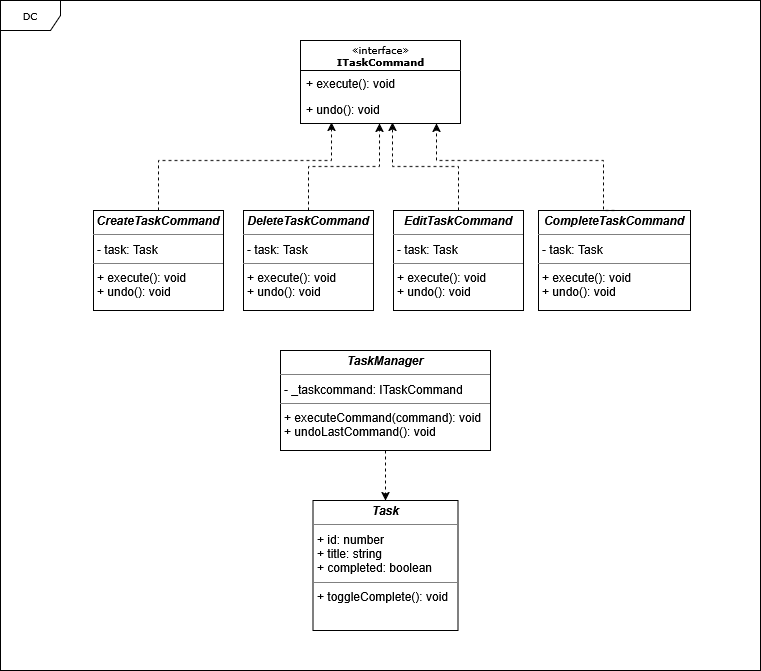
The draw.io diagram Patrones_Diseno/src/04.Problema_04/Diagrama_clases/Class_diagram_problem_04.drawio.png in CamiloN03/Patrones_Diseno_TypeScript_U_Sabana, before a commit. Source tidied: cells renumbered, new cells last; positions are measured from the earlier drawing's top-left corner, leaving out a move shared by most shapes.
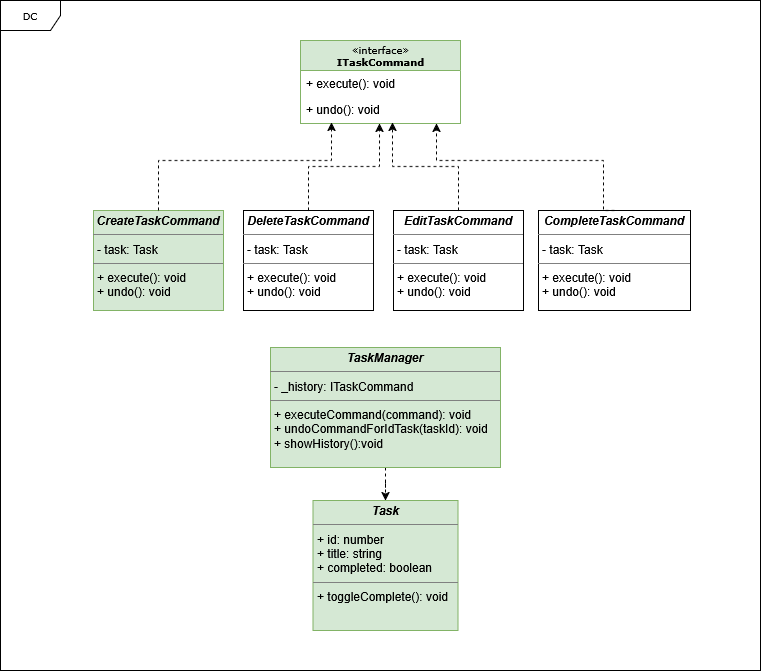
The same file after the commit.

Change to the diagram source:
```diff
@@ -8,7 +8,7 @@
     <mxCell id="3" value="DC" style="shape=umlFrame;whiteSpace=wrap;html=1;rounded=0;shadow=0;comic=0;labelBackgroundColor=none;strokeWidth=1;fontFamily=Verdana;fontSize=10;align=center;width=60;height=30;" parent="2" vertex="1">
       <mxGeometry width="760" height="670" as="geometry" />
     </mxCell>
-    <mxCell id="4" value="&lt;div&gt;«interface»&lt;/div&gt;&lt;div&gt;&lt;b&gt;ITaskCommand&lt;/b&gt;&lt;/div&gt;" style="swimlane;html=1;fontStyle=0;horizontal=1;startSize=30;fillColor=none;swimlaneFillColor=#ffffff;rounded=0;shadow=0;comic=0;labelBackgroundColor=none;strokeWidth=1;fontFamily=Verdana;fontSize=10;align=center;" parent="2" vertex="1">
+    <mxCell id="4" value="&lt;div&gt;«interface»&lt;/div&gt;&lt;div&gt;&lt;b&gt;ITaskCommand&lt;/b&gt;&lt;/div&gt;" style="swimlane;html=1;fontStyle=0;horizontal=1;startSize=30;fillColor=#d5e8d4;swimlaneFillColor=#ffffff;rounded=0;shadow=0;comic=0;labelBackgroundColor=none;strokeWidth=1;fontFamily=Verdana;fontSize=10;align=center;strokeColor=#82b366;" parent="2" vertex="1">
       <mxGeometry x="300" y="40" width="160" height="83" as="geometry" />
     </mxCell>
     <mxCell id="5" value="+ execute(): void" style="text;html=1;strokeColor=none;fillColor=none;align=left;verticalAlign=top;spacingLeft=4;spacingRight=4;whiteSpace=wrap;overflow=hidden;" parent="4" vertex="1">
@@ -17,7 +17,7 @@
     <mxCell id="6" value="+ undo(): void" style="text;html=1;strokeColor=none;fillColor=none;align=left;verticalAlign=top;spacingLeft=4;spacingRight=4;whiteSpace=wrap;overflow=hidden;points=[[0,0.5],[1,0.5]];portConstraint=eastwest;" parent="4" vertex="1">
       <mxGeometry y="56" width="160" height="26" as="geometry" />
     </mxCell>
-    <mxCell id="7" value="&lt;p style=&quot;margin:0px;margin-top:4px;text-align:center;&quot;&gt;&lt;i&gt;&lt;b&gt;CreateTaskCommand&lt;/b&gt;&lt;/i&gt;&lt;/p&gt;&lt;hr size=&quot;1&quot;&gt;&lt;p style=&quot;margin:0px;margin-left:4px;&quot;&gt;- task: Task&lt;/p&gt;&lt;hr size=&quot;1&quot;&gt;&lt;p style=&quot;margin:0px;margin-left:4px;&quot;&gt;+ execute(): void &lt;br&gt;+ undo(): void&lt;/p&gt;" style="verticalAlign=top;align=left;overflow=fill;fontSize=12;fontFamily=Helvetica;html=1;rounded=0;shadow=0;comic=0;labelBackgroundColor=none;strokeWidth=1;" parent="2" vertex="1">
+    <mxCell id="7" value="&lt;p style=&quot;margin:0px;margin-top:4px;text-align:center;&quot;&gt;&lt;i&gt;&lt;b&gt;CreateTaskCommand&lt;/b&gt;&lt;/i&gt;&lt;/p&gt;&lt;hr size=&quot;1&quot;&gt;&lt;p style=&quot;margin:0px;margin-left:4px;&quot;&gt;- task: Task&lt;/p&gt;&lt;hr size=&quot;1&quot;&gt;&lt;p style=&quot;margin:0px;margin-left:4px;&quot;&gt;+ execute(): void &lt;br&gt;+ undo(): void&lt;/p&gt;" style="verticalAlign=top;align=left;overflow=fill;fontSize=12;fontFamily=Helvetica;html=1;rounded=0;shadow=0;comic=0;labelBackgroundColor=none;strokeWidth=1;fillColor=#d5e8d4;strokeColor=#82b366;" parent="2" vertex="1">
       <mxGeometry x="93" y="210" width="130" height="100" as="geometry" />
     </mxCell>
     <mxCell id="8" value="&lt;p style=&quot;margin:0px;margin-top:4px;text-align:center;&quot;&gt;&lt;b&gt;&lt;i&gt;DeleteTaskCommand&lt;/i&gt;&lt;/b&gt;&lt;/p&gt;&lt;hr size=&quot;1&quot;&gt;&lt;p style=&quot;margin:0px;margin-left:4px;&quot;&gt;- task: Task&lt;/p&gt;&lt;hr size=&quot;1&quot;&gt;&lt;p style=&quot;margin:0px;margin-left:4px;&quot;&gt;+ execute(): void &lt;br&gt;+ undo(): void&lt;/p&gt;" style="verticalAlign=top;align=left;overflow=fill;fontSize=12;fontFamily=Helvetica;html=1;rounded=0;shadow=0;comic=0;labelBackgroundColor=none;strokeWidth=1;" parent="2" vertex="1">
@@ -54,10 +54,10 @@
     <mxCell id="15" style="edgeStyle=orthogonalEdgeStyle;rounded=0;jettySize=auto;html=1;entryX=0.5;entryY=0;entryDx=0;entryDy=0;dashed=1;" parent="2" edge="1" source="16" target="17">
       <mxGeometry relative="1" as="geometry" />
     </mxCell>
-    <mxCell id="16" value="&lt;p style=&quot;margin:0px;margin-top:4px;text-align:center;&quot;&gt;&lt;i&gt;&lt;b&gt;TaskManager&lt;/b&gt;&lt;/i&gt;&lt;/p&gt;&lt;hr size=&quot;1&quot;&gt;&lt;p style=&quot;margin:0px;margin-left:4px;&quot;&gt;- _taskcommand: ITaskCommand&lt;/p&gt;&lt;hr size=&quot;1&quot;&gt;&lt;p style=&quot;margin:0px;margin-left:4px;&quot;&gt;+ executeCommand(command): void &lt;br&gt;+ undoLastCommand(): void &lt;br&gt;&lt;/p&gt;" style="verticalAlign=top;align=left;overflow=fill;fontSize=12;fontFamily=Helvetica;html=1;rounded=0;shadow=0;comic=0;labelBackgroundColor=none;strokeWidth=1;" parent="2" vertex="1">
-      <mxGeometry x="280" y="350" width="210" height="100" as="geometry" />
+    <mxCell id="16" value="&lt;p style=&quot;margin:0px;margin-top:4px;text-align:center;&quot;&gt;&lt;i&gt;&lt;b&gt;TaskManager&lt;/b&gt;&lt;/i&gt;&lt;/p&gt;&lt;hr size=&quot;1&quot;&gt;&lt;p style=&quot;margin:0px;margin-left:4px;&quot;&gt;- _history: ITaskCommand&lt;/p&gt;&lt;hr size=&quot;1&quot;&gt;&lt;p style=&quot;margin:0px;margin-left:4px;&quot;&gt;+ executeCommand(command): void &lt;br&gt;+ undoCommandForIdTask(taskId): void&lt;/p&gt;&lt;p style=&quot;margin:0px;margin-left:4px;&quot;&gt;+ showHistory():void &lt;br&gt;&lt;/p&gt;&lt;p style=&quot;margin:0px;margin-left:4px;&quot;&gt;&lt;br&gt;&lt;/p&gt;" style="verticalAlign=top;align=left;overflow=fill;fontSize=12;fontFamily=Helvetica;html=1;rounded=0;shadow=0;comic=0;labelBackgroundColor=none;strokeWidth=1;fillColor=#d5e8d4;strokeColor=#82b366;" parent="2" vertex="1">
+      <mxGeometry x="270" y="347" width="230" height="120" as="geometry" />
     </mxCell>
-    <mxCell id="17" value="&lt;p style=&quot;margin:0px;margin-top:4px;text-align:center;&quot;&gt;&lt;i&gt;&lt;b&gt;Task&lt;/b&gt;&lt;/i&gt;&lt;/p&gt;&lt;hr size=&quot;1&quot;&gt;&lt;p style=&quot;margin:0px;margin-left:4px;&quot;&gt;+ id: number&lt;/p&gt;&lt;p style=&quot;margin:0px;margin-left:4px;&quot;&gt;+ title: string&lt;/p&gt;&lt;p style=&quot;margin:0px;margin-left:4px;&quot;&gt;+ completed: boolean&lt;/p&gt;&lt;hr size=&quot;1&quot;&gt;&lt;p style=&quot;margin:0px;margin-left:4px;&quot;&gt;+ toggleComplete(): void&lt;/p&gt;" style="verticalAlign=top;align=left;overflow=fill;fontSize=12;fontFamily=Helvetica;html=1;rounded=0;shadow=0;comic=0;labelBackgroundColor=none;strokeWidth=1;" parent="2" vertex="1">
+    <mxCell id="17" value="&lt;p style=&quot;margin:0px;margin-top:4px;text-align:center;&quot;&gt;&lt;i&gt;&lt;b&gt;Task&lt;/b&gt;&lt;/i&gt;&lt;/p&gt;&lt;hr size=&quot;1&quot;&gt;&lt;p style=&quot;margin:0px;margin-left:4px;&quot;&gt;+ id: number&lt;/p&gt;&lt;p style=&quot;margin:0px;margin-left:4px;&quot;&gt;+ title: string&lt;/p&gt;&lt;p style=&quot;margin:0px;margin-left:4px;&quot;&gt;+ completed: boolean&lt;/p&gt;&lt;hr size=&quot;1&quot;&gt;&lt;p style=&quot;margin:0px;margin-left:4px;&quot;&gt;+ toggleComplete(): void&lt;/p&gt;" style="verticalAlign=top;align=left;overflow=fill;fontSize=12;fontFamily=Helvetica;html=1;rounded=0;shadow=0;comic=0;labelBackgroundColor=none;strokeWidth=1;fillColor=#d5e8d4;strokeColor=#82b366;" parent="2" vertex="1">
       <mxGeometry x="312.5" y="500" width="145" height="130" as="geometry" />
     </mxCell>
   </root>
```
